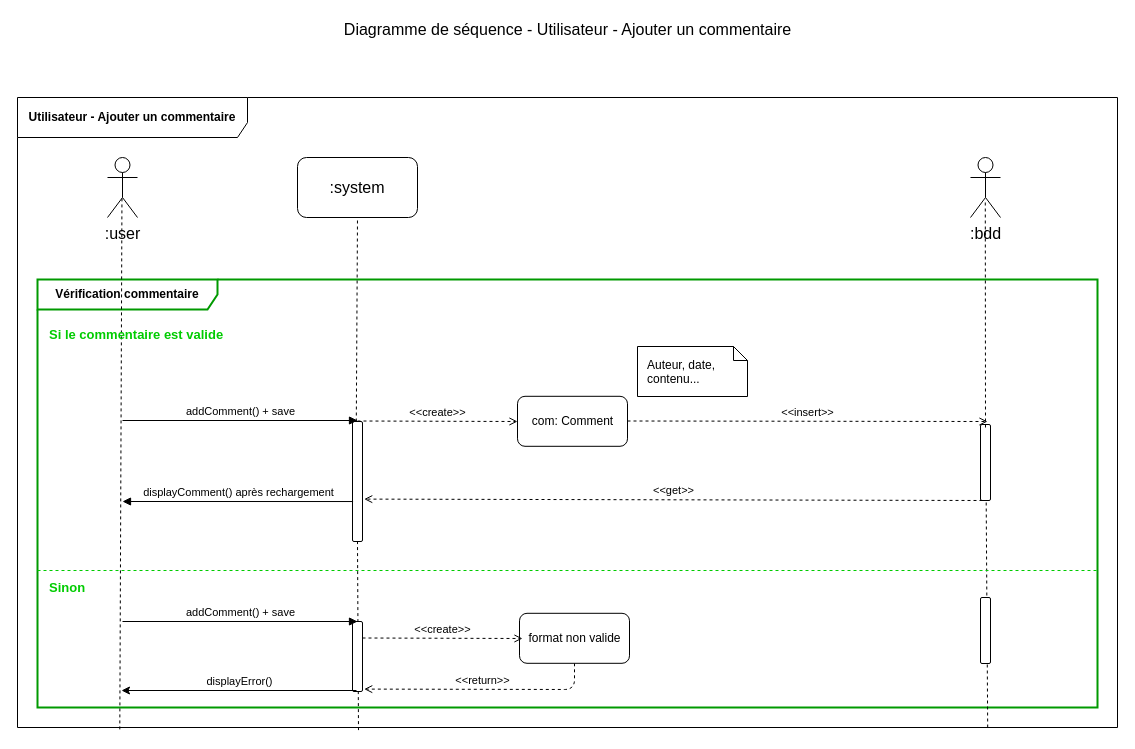
Before: diagrammes/2.1-diagram-sequence-utilisateur-ajout-comment.drawio in AzzeddDev/p5_blog_php, a draw.io diagram. Source tidied: cells renumbered, new cells numbered last; positions are measured from the earlier drawing's top-left corner, leaving out a move shared by most shapes. Both pictures are drawn from the tidied source at 100%, with x=0, y=0 at pixel (17, 17).
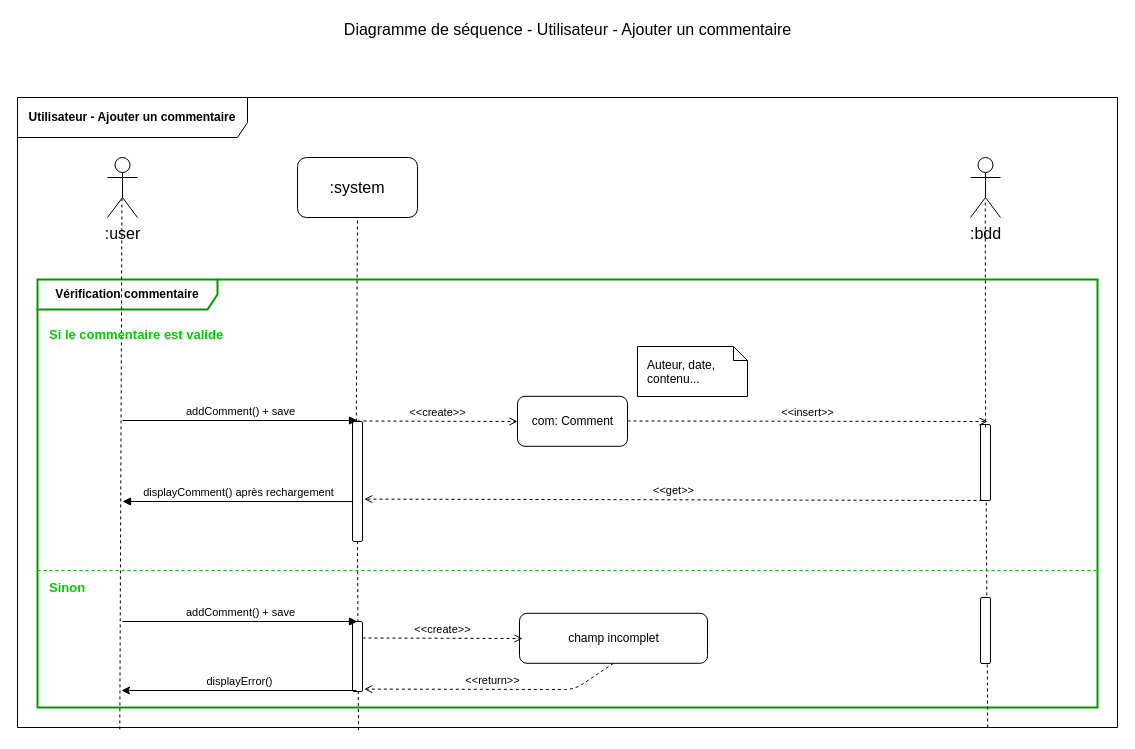
Above is the later version.

Change to the diagram source:
```diff
@@
-    <mxCell id="29" value="format non valide" style="html=1;gradientColor=none;rounded=1;" parent="1" vertex="1">
-      <mxGeometry x="502" y="595.8" width="110" height="50" as="geometry" />
+    <mxCell id="29" value="champ incomplet" style="html=1;gradientColor=none;rounded=1;" parent="1" vertex="1">
+      <mxGeometry x="502" y="595.8" width="188" height="50" as="geometry" />
     </mxCell>
```
